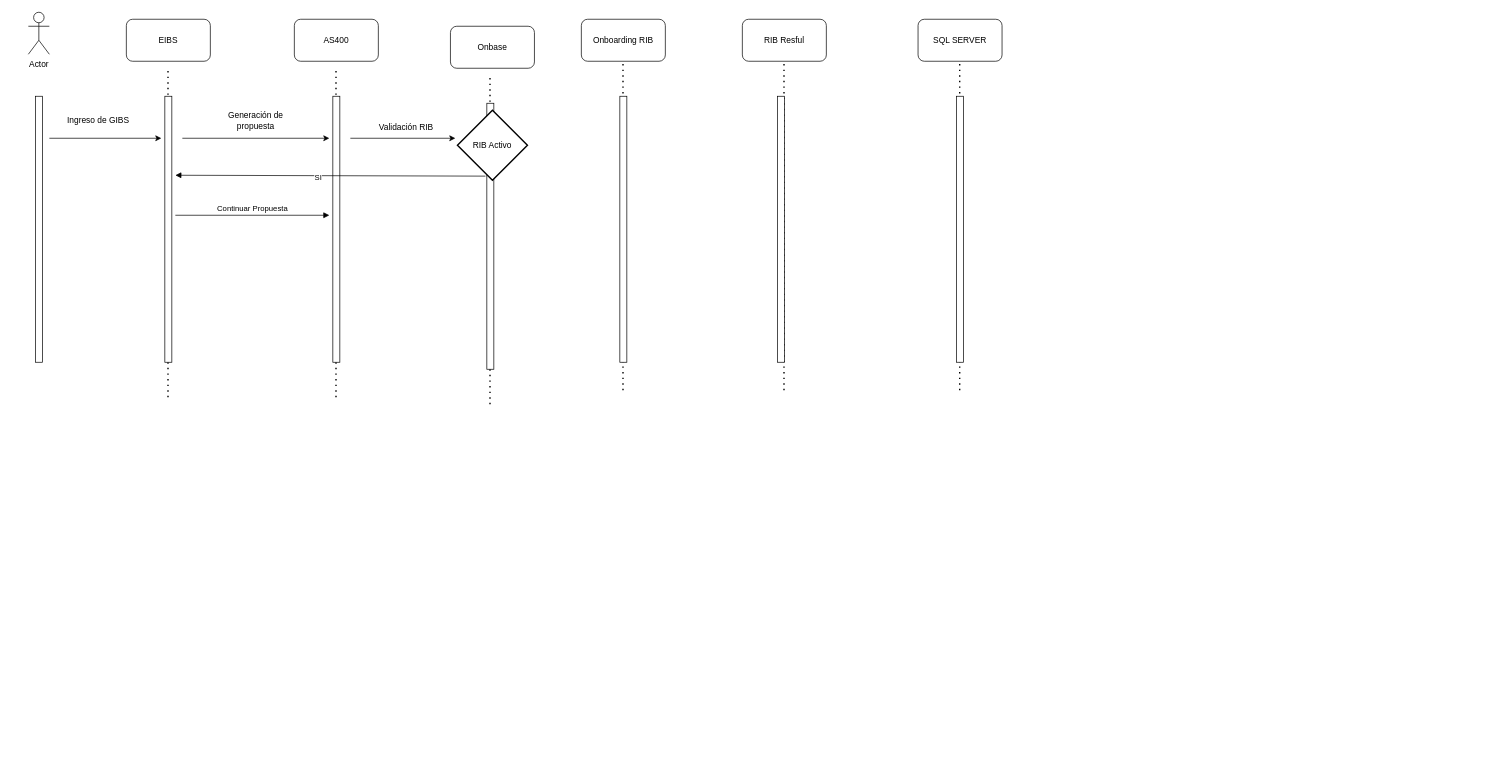
The draw.io diagram DiagramaSecuencia.drawio in GonzaloDavid/diagramas, before the edit. Source tidied: cells renumbered, new cells numbered last; positions are measured from the earlier drawing's top-left corner, leaving out a move shared by most shapes. Both pictures are drawn from the tidied source at 70%, with x=0, y=0 at pixel (28, 12).
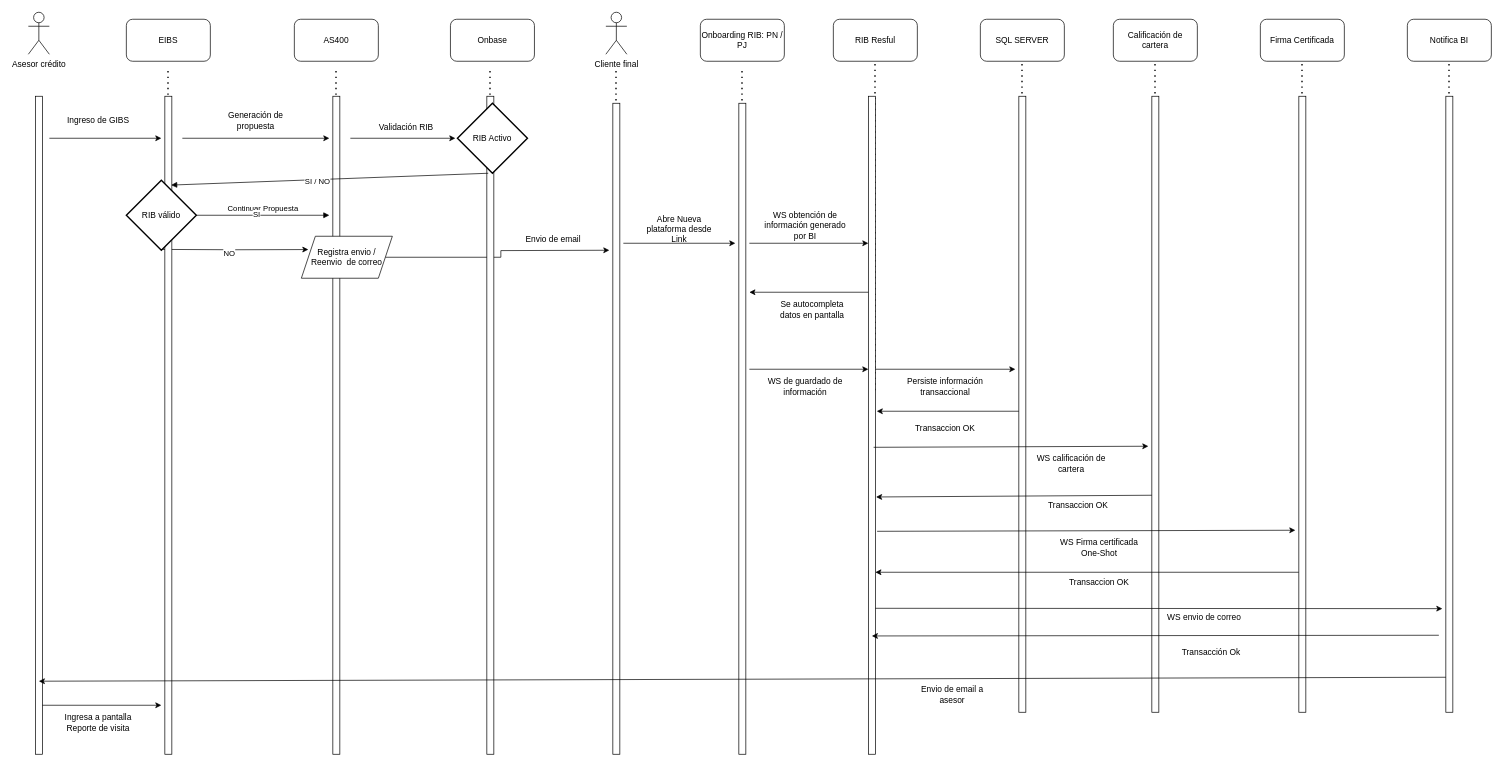
The same diagram, later.

The change refers to these unchanged cells:
```xml
<mxCell id="34" value="RIB Activo" style="strokeWidth=2;html=1;shape=mxgraph.flowchart.decision;whiteSpace=wrap;direction=south;" parent="30" vertex="1">
  <mxGeometry x="13" y="120" width="100" height="100" as="geometry" />
</mxCell>
```

Change to the diagram source:
```diff
@@
-    <mxCell id="2" value="Actor" style="shape=umlActor;verticalLabelPosition=bottom;verticalAlign=top;html=1;" parent="1" vertex="1">
+    <mxCell id="2" value="Asesor crédito" style="shape=umlActor;verticalLabelPosition=bottom;verticalAlign=top;html=1;" parent="1" vertex="1">
       <mxGeometry width="30" height="60" as="geometry" />
     </mxCell>
     <mxCell id="3" style="group;" parent="1" vertex="1">
-      <mxGeometry x="1020" y="10" width="120" height="530" as="geometry" />
+      <mxGeometry x="1150" y="10" width="120" height="1050" as="geometry" />
     </mxCell>
@@
     <mxCell id="6" style="rounded=0;whiteSpace=wrap;html=1;" parent="3" vertex="1">
-      <mxGeometry x="50" y="110" width="10" height="380" as="geometry" />
+      <mxGeometry x="50" y="110" width="10" height="940" as="geometry" />
     </mxCell>
+    <mxCell id="38" style="endArrow=classic;html=1;rounded=0;" parent="3" edge="1">
+      <mxGeometry relative="1" as="geometry">
+        <mxPoint x="50" y="390" as="sourcePoint" />
+        <mxPoint x="-120" y="390" as="targetPoint" />
+      </mxGeometry>
+    </mxCell>
     <mxCell id="7" style="group;" parent="1" vertex="1">
-      <mxGeometry x="1271" y="10" width="120" height="530" as="geometry" />
+      <mxGeometry x="1360" y="10" width="120" height="990" as="geometry" />
     </mxCell>
@@
     <mxCell id="10" style="rounded=0;whiteSpace=wrap;html=1;" parent="7" vertex="1">
-      <mxGeometry x="55" y="110" width="10" height="380" as="geometry" />
+      <mxGeometry x="55" y="110" width="10" height="880" as="geometry" />
     </mxCell>
     <mxCell id="11" style="group;" parent="1" vertex="1">
-      <mxGeometry x="790" y="10" width="120" height="530" as="geometry" />
+      <mxGeometry x="960" y="20" width="120" height="1040" as="geometry" />
     </mxCell>
-    <mxCell id="12" value="Onboarding RIB" style="rounded=1;whiteSpace=wrap;html=1;" parent="11" vertex="1">
-      <mxGeometry width="120" height="60" as="geometry" />
+    <mxCell id="12" value="Onboarding RIB: PN / PJ" style="rounded=1;whiteSpace=wrap;html=1;" parent="11" vertex="1">
+      <mxGeometry y="-10" width="120" height="60" as="geometry" />
     </mxCell>
@@
     <mxCell id="14" style="rounded=0;whiteSpace=wrap;html=1;" parent="11" vertex="1">
-      <mxGeometry x="55" y="110" width="10" height="380" as="geometry" />
+      <mxGeometry x="55" y="110" width="10" height="930" as="geometry" />
     </mxCell>
+    <mxCell id="39" style="endArrow=classic;html=1;rounded=0;" parent="11" edge="1">
+      <mxGeometry relative="1" as="geometry">
+        <mxPoint x="70" y="310" as="sourcePoint" />
+        <mxPoint x="240" y="310" as="targetPoint" />
+      </mxGeometry>
+    </mxCell>
+    <mxCell id="40" style="endArrow=classic;html=1;rounded=0;" parent="11" edge="1">
+      <mxGeometry relative="1" as="geometry">
+        <mxPoint x="70" y="490" as="sourcePoint" />
+        <mxPoint x="240" y="490" as="targetPoint" />
+      </mxGeometry>
+    </mxCell>
     <mxCell id="15" style="group;" parent="1" vertex="1">
-      <mxGeometry x="380" y="10" width="200" height="540" as="geometry" />
+      <mxGeometry x="380" y="10" width="200" height="1050" as="geometry" />
     </mxCell>
@@
     <mxCell id="18" style="rounded=0;whiteSpace=wrap;html=1;" parent="15" vertex="1">
-      <mxGeometry x="55" y="110" width="10" height="380" as="geometry" />
+      <mxGeometry x="55" y="110" width="10" height="940" as="geometry" />
     </mxCell>
@@
+    <mxCell id="41" style="edgeStyle=orthogonalEdgeStyle;rounded=0;orthogonalLoop=1;jettySize=auto;html=1;" parent="15" edge="1">
+      <mxGeometry relative="1" as="geometry">
+        <mxPoint x="-190.5" y="328.8" as="sourcePoint" />
+        <mxPoint x="20" y="329" as="targetPoint" />
+      </mxGeometry>
+    </mxCell>
+    <mxCell id="42" value="NO" style="edgeLabel;html=1;align=center;verticalAlign=middle;" parent="41" vertex="1">
+      <mxGeometry x="-0.08" y="-4" relative="1" as="geometry" />
+    </mxCell>
+    <mxCell id="43" style="edgeStyle=orthogonalEdgeStyle;rounded=0;jettySize=auto;html=1;" parent="15" edge="1" source="44">
+      <mxGeometry relative="1" as="geometry">
+        <mxPoint x="450" y="330" as="targetPoint" />
+      </mxGeometry>
+    </mxCell>
+    <mxCell id="44" value="Registra envio / Reenvio&amp;nbsp; de correo" style="shape=parallelogram;perimeter=parallelogramPerimeter;whiteSpace=wrap;html=1;fixedSize=1;" parent="15" vertex="1">
+      <mxGeometry x="10" y="310" width="130" height="60" as="geometry" />
+    </mxCell>
     <mxCell id="20" style="group;" parent="1" vertex="1">
-      <mxGeometry x="140" y="10" width="120" height="540" as="geometry" />
+      <mxGeometry x="140" y="10" width="120" height="1050" as="geometry" />
     </mxCell>
@@
     <mxCell id="23" style="rounded=0;whiteSpace=wrap;html=1;" parent="20" vertex="1">
-      <mxGeometry x="55" y="110" width="10" height="380" as="geometry" />
+      <mxGeometry x="55" y="110" width="10" height="940" as="geometry" />
     </mxCell>
@@
-    <mxCell id="25" value="Continuar Propuesta" style="html=1;verticalAlign=bottom;endArrow=block;curved=0;rounded=0;" parent="20" edge="1">
+    <mxCell id="25" value="Continuar Propuesta" style="html=1;verticalAlign=bottom;endArrow=block;curved=0;rounded=0;" parent="20" edge="1" source="46">
       <mxGeometry relative="1" as="geometry">
-        <mxPoint x="70" y="280" as="sourcePoint" />
         <mxPoint x="290" y="280" as="targetPoint" />
       </mxGeometry>
     </mxCell>
+    <mxCell id="45" value="SI" style="edgeLabel;html=1;align=center;verticalAlign=middle;" parent="25" vertex="1">
+      <mxGeometry x="-0.11" y="2" relative="1" as="geometry" />
+    </mxCell>
+    <mxCell id="46" value="RIB válido" style="strokeWidth=2;html=1;shape=mxgraph.flowchart.decision;whiteSpace=wrap;" parent="20" vertex="1">
+      <mxGeometry y="230" width="100" height="100" as="geometry" />
+    </mxCell>
     <mxCell id="26" style="rounded=0;whiteSpace=wrap;html=1;" parent="1" vertex="1">
-      <mxGeometry x="10" y="120" width="10" height="380" as="geometry" />
+      <mxGeometry x="10" y="120" width="10" height="940" as="geometry" />
     </mxCell>
@@
     <mxCell id="30" style="group;" parent="1" vertex="1">
-      <mxGeometry x="600" y="20" width="120" height="540" as="geometry" />
+      <mxGeometry x="600" y="10" width="120" height="1050" as="geometry" />
     </mxCell>
@@
     <mxCell id="33" style="rounded=0;whiteSpace=wrap;html=1;" parent="30" vertex="1">
-      <mxGeometry x="55" y="110" width="10" height="380" as="geometry" />
+      <mxGeometry x="55" y="110" width="10" height="940" as="geometry" />
     </mxCell>
@@
-    <mxCell id="36" style="html=1;verticalAlign=bottom;endArrow=block;curved=0;rounded=0;entryX=1.5;entryY=0.297;entryDx=0;entryDy=0;entryPerimeter=0;exitX=-0.2;exitY=0.274;exitDx=0;exitDy=0;exitPerimeter=0;" parent="1" edge="1" source="33" target="23">
+    <mxCell id="36" style="html=1;verticalAlign=bottom;endArrow=block;curved=0;rounded=0;entryX=0.9;entryY=0.135;entryDx=0;entryDy=0;entryPerimeter=0;exitX=1;exitY=0.56;exitDx=0;exitDy=0;exitPerimeter=0;" parent="1" edge="1" source="34" target="23">
       <mxGeometry relative="1" as="geometry" />
     </mxCell>
-    <mxCell id="37" value="SI" style="edgeLabel;html=1;align=center;verticalAlign=middle;" parent="36" vertex="1">
+    <mxCell id="37" value="SI / NO" style="edgeLabel;html=1;align=center;verticalAlign=middle;" parent="36" vertex="1">
       <mxGeometry x="0.08" y="2" relative="1" as="geometry" />
     </mxCell>
+    <mxCell id="47" value="Envio de email" style="text;html=1;align=center;verticalAlign=middle;whiteSpace=wrap;rounded=0;" parent="1" vertex="1">
+      <mxGeometry x="690" y="310" width="120" height="30" as="geometry" />
+    </mxCell>
+    <mxCell id="48" style="group;" parent="1" vertex="1">
+      <mxGeometry x="780" y="20" width="120" height="1050" as="geometry" />
+    </mxCell>
+    <mxCell id="49" style="endArrow=none;dashed=1;html=1;dashPattern=1 3;strokeWidth=2;rounded=0;" parent="48" edge="1">
+      <mxGeometry relative="1" as="geometry">
+        <mxPoint x="59.5" y="530" as="sourcePoint" />
+        <mxPoint x="59.5" y="60" as="targetPoint" />
+      </mxGeometry>
+    </mxCell>
+    <mxCell id="50" style="rounded=0;whiteSpace=wrap;html=1;" parent="48" vertex="1">
+      <mxGeometry x="55" y="110" width="10" height="930" as="geometry" />
+    </mxCell>
+    <mxCell id="51" value="Cliente final" style="shape=umlActor;verticalLabelPosition=bottom;verticalAlign=top;html=1;" parent="48" vertex="1">
+      <mxGeometry x="45" y="-20" width="30" height="60" as="geometry" />
+    </mxCell>
+    <mxCell id="52" style="endArrow=classic;html=1;rounded=0;" parent="48" edge="1">
+      <mxGeometry relative="1" as="geometry">
+        <mxPoint x="70" y="310" as="sourcePoint" />
+        <mxPoint x="230" y="310" as="targetPoint" />
+      </mxGeometry>
+    </mxCell>
+    <mxCell id="53" value="Abre Nueva plataforma desde Link" style="text;html=1;align=center;verticalAlign=middle;whiteSpace=wrap;rounded=0;" parent="1" vertex="1">
+      <mxGeometry x="870" y="295" width="120" height="30" as="geometry" />
+    </mxCell>
+    <mxCell id="54" value="WS obtención de información generado por BI" style="text;html=1;align=center;verticalAlign=middle;whiteSpace=wrap;rounded=0;" parent="1" vertex="1">
+      <mxGeometry x="1050" y="290" width="120" height="30" as="geometry" />
+    </mxCell>
+    <mxCell id="55" value="Se autocompleta datos en pantalla" style="text;html=1;align=center;verticalAlign=middle;whiteSpace=wrap;rounded=0;" parent="1" vertex="1">
+      <mxGeometry x="1060" y="410" width="120" height="30" as="geometry" />
+    </mxCell>
+    <mxCell id="56" value="WS de guardado de información" style="text;html=1;align=center;verticalAlign=middle;whiteSpace=wrap;rounded=0;" parent="1" vertex="1">
+      <mxGeometry x="1050" y="520" width="120" height="30" as="geometry" />
+    </mxCell>
+    <mxCell id="57" style="endArrow=classic;html=1;rounded=0;" parent="1" edge="1">
+      <mxGeometry relative="1" as="geometry">
+        <mxPoint x="1210" y="510" as="sourcePoint" />
+        <mxPoint x="1410" y="510" as="targetPoint" />
+      </mxGeometry>
+    </mxCell>
+    <mxCell id="58" value="Persiste información transaccional" style="text;html=1;align=center;verticalAlign=middle;whiteSpace=wrap;rounded=0;" parent="1" vertex="1">
+      <mxGeometry x="1250" y="520" width="120" height="30" as="geometry" />
+    </mxCell>
+    <mxCell id="59" style="group;" parent="1" vertex="1">
+      <mxGeometry x="1550" y="10" width="120" height="990" as="geometry" />
+    </mxCell>
+    <mxCell id="60" value="Calificación de cartera" style="rounded=1;whiteSpace=wrap;html=1;" parent="59" vertex="1">
+      <mxGeometry width="120" height="60" as="geometry" />
+    </mxCell>
+    <mxCell id="61" style="endArrow=none;dashed=1;html=1;dashPattern=1 3;strokeWidth=2;rounded=0;" parent="59" edge="1">
+      <mxGeometry relative="1" as="geometry">
+        <mxPoint x="59.5" y="530" as="sourcePoint" />
+        <mxPoint x="59.5" y="60" as="targetPoint" />
+      </mxGeometry>
+    </mxCell>
+    <mxCell id="62" style="rounded=0;whiteSpace=wrap;html=1;" parent="59" vertex="1">
+      <mxGeometry x="55" y="110" width="10" height="880" as="geometry" />
+    </mxCell>
+    <mxCell id="63" style="endArrow=classic;html=1;rounded=0;entryX=1.1;entryY=0.609;entryDx=0;entryDy=0;entryPerimeter=0;" parent="59" edge="1" target="6">
+      <mxGeometry relative="1" as="geometry">
+        <mxPoint x="55" y="680" as="sourcePoint" />
+      </mxGeometry>
+    </mxCell>
+    <mxCell id="64" style="endArrow=classic;html=1;rounded=0;" parent="59" edge="1">
+      <mxGeometry relative="1" as="geometry">
+        <mxPoint x="-337.5" y="731.5" as="sourcePoint" />
+        <mxPoint x="260" y="730" as="targetPoint" />
+      </mxGeometry>
+    </mxCell>
+    <mxCell id="65" value="WS Firma certificada One-Shot" style="text;html=1;align=center;verticalAlign=middle;whiteSpace=wrap;rounded=0;" parent="59" vertex="1">
+      <mxGeometry x="-80" y="740" width="120" height="30" as="geometry" />
+    </mxCell>
+    <mxCell id="66" style="endArrow=classic;html=1;rounded=0;" parent="59" edge="1">
+      <mxGeometry relative="1" as="geometry">
+        <mxPoint x="265" y="790" as="sourcePoint" />
+        <mxPoint x="-340" y="790" as="targetPoint" />
+      </mxGeometry>
+    </mxCell>
+    <mxCell id="67" style="group;" parent="1" vertex="1">
+      <mxGeometry x="1970" y="10" width="120" height="990" as="geometry" />
+    </mxCell>
+    <mxCell id="68" value="Notifica BI" style="rounded=1;whiteSpace=wrap;html=1;" parent="67" vertex="1">
+      <mxGeometry width="120" height="60" as="geometry" />
+    </mxCell>
+    <mxCell id="69" style="endArrow=none;dashed=1;html=1;dashPattern=1 3;strokeWidth=2;rounded=0;" parent="67" edge="1">
+      <mxGeometry relative="1" as="geometry">
+        <mxPoint x="59.5" y="530" as="sourcePoint" />
+        <mxPoint x="59.5" y="60" as="targetPoint" />
+      </mxGeometry>
+    </mxCell>
+    <mxCell id="70" style="rounded=0;whiteSpace=wrap;html=1;" parent="67" vertex="1">
+      <mxGeometry x="55" y="110" width="10" height="880" as="geometry" />
+    </mxCell>
+    <mxCell id="71" style="group;" parent="1" vertex="1">
+      <mxGeometry x="1760" y="10" width="120" height="990" as="geometry" />
+    </mxCell>
+    <mxCell id="72" value="Firma Certificada" style="rounded=1;whiteSpace=wrap;html=1;" parent="71" vertex="1">
+      <mxGeometry width="120" height="60" as="geometry" />
+    </mxCell>
+    <mxCell id="73" style="endArrow=none;dashed=1;html=1;dashPattern=1 3;strokeWidth=2;rounded=0;" parent="71" edge="1">
+      <mxGeometry relative="1" as="geometry">
+        <mxPoint x="59.5" y="530" as="sourcePoint" />
+        <mxPoint x="59.5" y="60" as="targetPoint" />
+      </mxGeometry>
+    </mxCell>
+    <mxCell id="74" style="rounded=0;whiteSpace=wrap;html=1;" parent="71" vertex="1">
+      <mxGeometry x="55" y="110" width="10" height="880" as="geometry" />
+    </mxCell>
+    <mxCell id="75" style="endArrow=classic;html=1;rounded=0;entryX=0.5;entryY=0.889;entryDx=0;entryDy=0;entryPerimeter=0;" parent="71" edge="1" target="26">
+      <mxGeometry relative="1" as="geometry">
+        <mxPoint x="265" y="940" as="sourcePoint" />
+      </mxGeometry>
+    </mxCell>
+    <mxCell id="76" value="Transaccion OK" style="text;html=1;align=center;verticalAlign=middle;whiteSpace=wrap;rounded=0;" parent="1" vertex="1">
+      <mxGeometry x="1250" y="580" width="120" height="30" as="geometry" />
+    </mxCell>
+    <mxCell id="77" style="endArrow=classic;html=1;rounded=0;" parent="1" edge="1">
+      <mxGeometry relative="1" as="geometry">
+        <mxPoint x="1207.5" y="621.5" as="sourcePoint" />
+        <mxPoint x="1600" y="620" as="targetPoint" />
+      </mxGeometry>
+    </mxCell>
+    <mxCell id="78" style="endArrow=classic;html=1;rounded=0;" parent="1" edge="1">
+      <mxGeometry relative="1" as="geometry">
+        <mxPoint x="1415" y="570" as="sourcePoint" />
+        <mxPoint x="1212" y="570" as="targetPoint" />
+      </mxGeometry>
+    </mxCell>
+    <mxCell id="79" value="WS calificación de cartera" style="text;html=1;align=center;verticalAlign=middle;whiteSpace=wrap;rounded=0;" parent="1" vertex="1">
+      <mxGeometry x="1430" y="630" width="120" height="30" as="geometry" />
+    </mxCell>
+    <mxCell id="80" value="Transaccion OK" style="text;html=1;align=center;verticalAlign=middle;whiteSpace=wrap;rounded=0;" parent="1" vertex="1">
+      <mxGeometry x="1440" y="690" width="120" height="30" as="geometry" />
+    </mxCell>
+    <mxCell id="81" value="Transaccion OK" style="text;html=1;align=center;verticalAlign=middle;whiteSpace=wrap;rounded=0;" parent="1" vertex="1">
+      <mxGeometry x="1470" y="800" width="120" height="30" as="geometry" />
+    </mxCell>
+    <mxCell id="82" style="endArrow=classic;html=1;rounded=0;" parent="1" edge="1">
+      <mxGeometry relative="1" as="geometry">
+        <mxPoint x="1210" y="851.5" as="sourcePoint" />
+        <mxPoint x="2020" y="852" as="targetPoint" />
+      </mxGeometry>
+    </mxCell>
+    <mxCell id="83" value="WS envio de correo" style="text;html=1;align=center;verticalAlign=middle;whiteSpace=wrap;rounded=0;" parent="1" vertex="1">
+      <mxGeometry x="1620" y="850" width="120" height="30" as="geometry" />
+    </mxCell>
+    <mxCell id="84" value="Transacción Ok" style="text;html=1;align=center;verticalAlign=middle;whiteSpace=wrap;rounded=0;" parent="1" vertex="1">
+      <mxGeometry x="1630" y="900" width="120" height="30" as="geometry" />
+    </mxCell>
+    <mxCell id="85" style="endArrow=classic;html=1;rounded=0;entryX=1.5;entryY=0.696;entryDx=0;entryDy=0;entryPerimeter=0;" parent="1" edge="1">
+      <mxGeometry relative="1" as="geometry">
+        <mxPoint x="2015" y="890" as="sourcePoint" />
+        <mxPoint x="1205" y="891" as="targetPoint" />
+      </mxGeometry>
+    </mxCell>
+    <mxCell id="86" value="Envio de email a asesor" style="text;html=1;align=center;verticalAlign=middle;whiteSpace=wrap;rounded=0;" parent="1" vertex="1">
+      <mxGeometry x="1260" y="960" width="120" height="30" as="geometry" />
+    </mxCell>
+    <mxCell id="87" style="endArrow=classic;html=1;rounded=0;" parent="1" edge="1">
+      <mxGeometry relative="1" as="geometry">
+        <mxPoint x="20" y="990" as="sourcePoint" />
+        <mxPoint x="190" y="990" as="targetPoint" />
+      </mxGeometry>
+    </mxCell>
+    <mxCell id="88" value="Ingresa a pantalla Reporte de visita" style="text;html=1;align=center;verticalAlign=middle;whiteSpace=wrap;rounded=0;" parent="1" vertex="1">
+      <mxGeometry x="40" y="1000" width="120" height="30" as="geometry" />
+    </mxCell>
```
